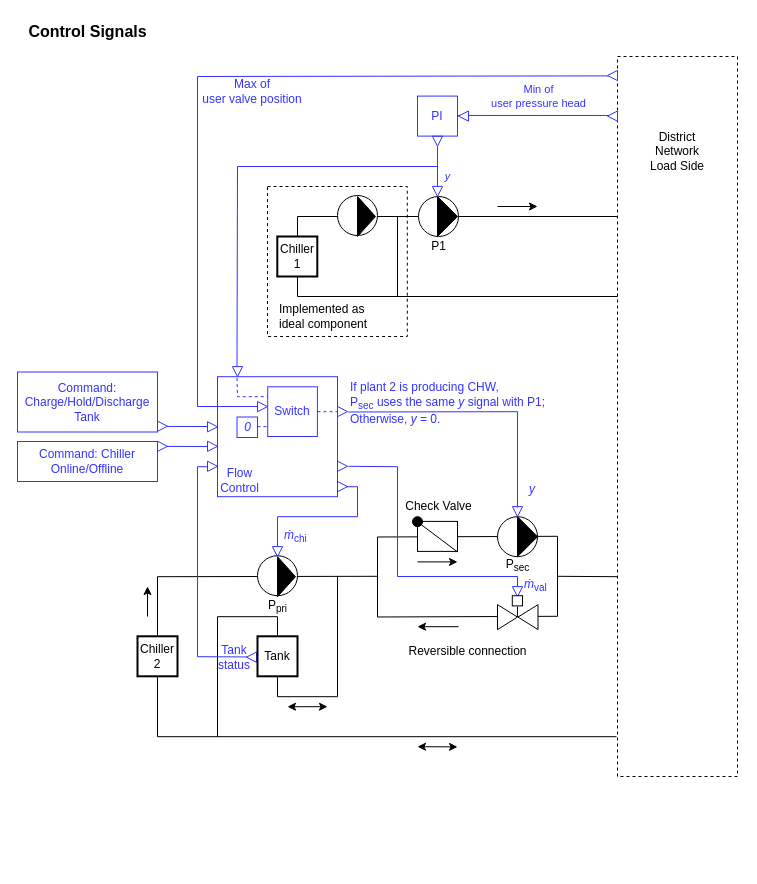
Before: Buildings/Resources/Images/Fluid/Storage/Plant/ControlSignals.drawio in lbl-srg/modelica-buildings, a draw.io diagram. Source tidied: cells renumbered, new cells numbered last; positions are measured from the earlier drawing's top-left corner, leaving out a move shared by most shapes. Both pictures are drawn from the tidied source at 100%, with x=0, y=0 at pixel (17, 16).
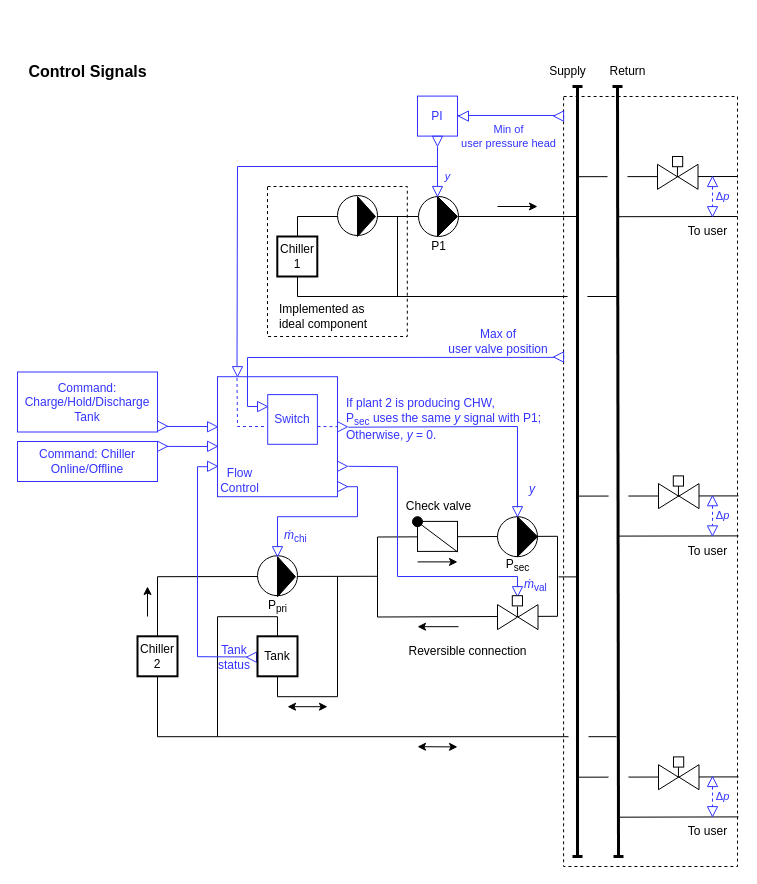
The same page after the edit.

Unchanged cells that the change refers to:
```xml
<mxCell id="31" style="triangle;whiteSpace=wrap;html=1;fillColor=none;rotation=-180;strokeColor=#3333FF;fontColor=#3333FF;" parent="1" vertex="1">
  <mxGeometry x="441" y="94.5" width="10" height="10.2" as="geometry" />
</mxCell>
<mxCell id="40" style="triangle;whiteSpace=wrap;html=1;fillColor=none;rotation=0;strokeColor=#3333FF;fontColor=#3333FF;" parent="1" vertex="1">
  <mxGeometry x="240" y="385" width="10" height="10.2" as="geometry" />
</mxCell>
<mxCell id="52" style="triangle;whiteSpace=wrap;html=1;fillColor=none;rotation=90;strokeColor=#3333FF;fontColor=#3333FF;" parent="1" vertex="1">
  <mxGeometry x="495" y="490" width="10" height="10.2" as="geometry" />
</mxCell>
<mxCell id="59" style="triangle;whiteSpace=wrap;html=1;fillColor=none;rotation=90;strokeColor=#3333FF;fontColor=#3333FF;" parent="1" vertex="1">
  <mxGeometry x="215" y="350" width="10" height="10.2" as="geometry" />
</mxCell>
```

Diff of the diagram source:
```diff
@@
-    <mxCell id="11" style="endArrow=none;html=1;rounded=0;" parent="1" edge="1">
-      <mxGeometry relative="1" as="geometry">
-        <mxPoint x="600" y="560.2" as="sourcePoint" />
-        <mxPoint x="540" y="559.8" as="targetPoint" />
-      </mxGeometry>
-    </mxCell>
@@
     <mxCell id="17" style="endArrow=none;html=1;rounded=0;" parent="1" edge="1">
       <mxGeometry relative="1" as="geometry">
-        <mxPoint x="600" y="200" as="sourcePoint" />
+        <mxPoint x="560" y="200" as="sourcePoint" />
         <mxPoint x="600" y="280" as="targetPoint" />
         <Array as="points">
           <mxPoint x="280" y="200" />
           <mxPoint x="280" y="280" />
         </Array>
       </mxGeometry>
     </mxCell>
@@
     <mxCell id="26" style="rounded=0;whiteSpace=wrap;html=1;fillColor=none;dashed=1;" parent="1" vertex="1">
-      <mxGeometry x="600" y="40" width="120" height="720" as="geometry" />
+      <mxGeometry x="546.1" y="80" width="173.9" height="770" as="geometry" />
     </mxCell>
-    <mxCell id="27" value="District&lt;br&gt;Network&lt;br&gt;Load Side" style="text;html=1;strokeColor=none;fillColor=none;align=center;verticalAlign=middle;whiteSpace=wrap;rounded=0;dashed=1;" parent="1" vertex="1">
-      <mxGeometry x="610" y="120" width="100" height="30" as="geometry" />
-    </mxCell>
     <mxCell id="28" style="triangle;whiteSpace=wrap;html=1;fillColor=none;rotation=-180;strokeColor=#3333FF;" parent="1" vertex="1">
-      <mxGeometry x="590" y="94.5" width="10" height="10.2" as="geometry" />
+      <mxGeometry x="536.1" y="94.5" width="10" height="10.2" as="geometry" />
     </mxCell>
@@
     <mxCell id="30" value="Min of&lt;br&gt;user pressure head" style="endArrow=none;html=1;rounded=0;entryX=0.85;entryY=0.561;entryDx=0;entryDy=0;entryPerimeter=0;exitX=0.05;exitY=0.561;exitDx=0;exitDy=0;exitPerimeter=0;startArrow=none;strokeColor=#3333FF;fontColor=#3333FF;" parent="1" edge="1" source="31" target="28">
-      <mxGeometry x="-0.01" y="19" relative="1" as="geometry" />
+      <mxGeometry x="-0.09" y="-21" relative="1" as="geometry" />
     </mxCell>
@@
     <mxCell id="41" style="triangle;whiteSpace=wrap;html=1;fillColor=none;rotation=0;strokeColor=#3333FF;fontColor=#3333FF;" parent="1" vertex="1">
-      <mxGeometry x="320" y="390" width="10" height="10.2" as="geometry" />
+      <mxGeometry x="320" y="405.2" width="10" height="10.2" as="geometry" />
     </mxCell>
@@
     <mxCell id="48" value="Max of&lt;br&gt;user valve position" style="text;html=1;strokeColor=none;fillColor=none;align=center;verticalAlign=middle;whiteSpace=wrap;rounded=0;fontColor=#3333FF;" parent="1" vertex="1">
-      <mxGeometry x="180" y="59.8" width="110" height="30" as="geometry" />
+      <mxGeometry x="426.1" y="310" width="110" height="30" as="geometry" />
     </mxCell>
@@
     <mxCell id="50" style="triangle;whiteSpace=wrap;html=1;fillColor=none;rotation=-180;strokeColor=#3333FF;" parent="1" vertex="1">
-      <mxGeometry x="590" y="53.9" width="10" height="10.2" as="geometry" />
+      <mxGeometry x="536.1" y="335.4" width="10" height="10.2" as="geometry" />
     </mxCell>
     <mxCell id="51" style="endArrow=none;html=1;rounded=0;strokeColor=#3333FF;fontColor=#3333FF;entryX=0.9;entryY=0.463;entryDx=0;entryDy=0;entryPerimeter=0;exitX=0;exitY=0.488;exitDx=0;exitDy=0;exitPerimeter=0;" parent="1" edge="1" source="40" target="50">
       <mxGeometry relative="1" as="geometry">
         <Array as="points">
-          <mxPoint x="180" y="390" />
-          <mxPoint x="180" y="60" />
+          <mxPoint x="230" y="390" />
+          <mxPoint x="230" y="341" />
         </Array>
       </mxGeometry>
     </mxCell>
@@
     <mxCell id="53" style="endArrow=none;html=1;rounded=0;strokeColor=#3333FF;fontColor=#3333FF;exitX=0.078;exitY=0.5;exitDx=0;exitDy=0;exitPerimeter=0;entryX=1.075;entryY=0.538;entryDx=0;entryDy=0;entryPerimeter=0;" parent="1" edge="1" source="52" target="41">
       <mxGeometry relative="1" as="geometry">
         <Array as="points">
-          <mxPoint x="500" y="395.2" />
+          <mxPoint x="500" y="410" />
         </Array>
       </mxGeometry>
     </mxCell>
@@
     <mxCell id="58" value="&lt;b&gt;&lt;font style=&quot;font-size: 16px&quot;&gt;Control Signals&lt;/font&gt;&lt;/b&gt;" style="text;html=1;align=center;verticalAlign=middle;strokeColor=none;fillColor=none;strokeWidth=1;" parent="1" vertex="1">
-      <mxGeometry y="0.2" width="140" height="30" as="geometry" />
+      <mxGeometry y="40" width="140" height="30" as="geometry" />
     </mxCell>
@@
     <mxCell id="69" value="If plant 2 is producing CHW,&lt;br&gt;P&lt;sub&gt;sec&lt;/sub&gt;&amp;nbsp;uses&amp;nbsp;the same &lt;i&gt;y&lt;/i&gt; signal with P1;&lt;br&gt;Otherwise, &lt;i&gt;y&lt;/i&gt; = 0." style="text;html=1;strokeColor=none;fillColor=none;align=left;verticalAlign=middle;whiteSpace=wrap;rounded=0;fontColor=#3333FF;" parent="1" vertex="1">
-      <mxGeometry x="331.2" y="361.6" width="198.8" height="49.8" as="geometry" />
+      <mxGeometry x="327.2" y="378.1" width="198.8" height="49.8" as="geometry" />
     </mxCell>
@@
-    <mxCell id="74" value="Check Valve" style="text;html=1;align=center;verticalAlign=middle;strokeColor=none;fillColor=none;" parent="1" vertex="1">
+    <mxCell id="74" value="Check valve" style="text;html=1;align=center;verticalAlign=middle;strokeColor=none;fillColor=none;" parent="1" vertex="1">
       <mxGeometry x="376" y="475.2" width="90" height="30" as="geometry" />
     </mxCell>
@@
     <mxCell id="79" value="&lt;font style=&quot;font-size: 12px;&quot;&gt;Switch&lt;/font&gt;" style="whiteSpace=wrap;html=1;fillColor=none;strokeColor=#3333FF;fontColor=#3333FF;" parent="1" vertex="1">
-      <mxGeometry x="250.2" y="370.3" width="49.7" height="49.7" as="geometry" />
+      <mxGeometry x="250.2" y="378.1" width="49.7" height="49.7" as="geometry" />
     </mxCell>
     <mxCell id="80" style="endArrow=none;html=1;rounded=0;strokeColor=#3333FF;fontColor=#3333FF;dashed=1;exitX=1.138;exitY=0.549;exitDx=0;exitDy=0;exitPerimeter=0;" parent="1" edge="1" source="59">
       <mxGeometry relative="1" as="geometry">
-        <mxPoint x="250" y="380.2" as="targetPoint" />
+        <mxPoint x="250" y="410" as="targetPoint" />
         <Array as="points">
-          <mxPoint x="220" y="380.2" />
+          <mxPoint x="220" y="410" />
         </Array>
       </mxGeometry>
     </mxCell>
-    <mxCell id="81" value="&lt;i&gt;0&lt;/i&gt;" style="whiteSpace=wrap;html=1;fillColor=none;strokeColor=#3333FF;fontColor=#3333FF;" parent="1" vertex="1">
-      <mxGeometry x="219.5" y="400.5" width="20.5" height="20.5" as="geometry" />
-    </mxCell>
-    <mxCell id="82" style="endArrow=none;html=1;rounded=0;strokeColor=#3333FF;dashed=1;" parent="1" edge="1">
-      <mxGeometry relative="1" as="geometry">
-        <mxPoint x="300" y="395.2" as="sourcePoint" />
-        <mxPoint x="320" y="395.2" as="targetPoint" />
-      </mxGeometry>
-    </mxCell>
-    <mxCell id="83" style="endArrow=none;html=1;rounded=0;strokeColor=#3333FF;dashed=1;" parent="1" edge="1">
-      <mxGeometry relative="1" as="geometry">
-        <mxPoint x="240" y="410.2" as="sourcePoint" />
-        <mxPoint x="250" y="410.2" as="targetPoint" />
-      </mxGeometry>
-    </mxCell>
@@
+    <mxCell id="90" style="endArrow=none;html=1;rounded=0;" parent="1" edge="1">
+      <mxGeometry relative="1" as="geometry">
+        <mxPoint x="561" y="560.4" as="sourcePoint" />
+        <mxPoint x="541" y="560.4" as="targetPoint" />
+      </mxGeometry>
+    </mxCell>
+    <mxCell id="91" style="ellipse;whiteSpace=wrap;html=1;strokeColor=none;" parent="1" vertex="1">
+      <mxGeometry x="550" y="269.4" width="20" height="20" as="geometry" />
+    </mxCell>
+    <mxCell id="92" style="ellipse;whiteSpace=wrap;html=1;strokeColor=none;" parent="1" vertex="1">
+      <mxGeometry x="551" y="710" width="20" height="20" as="geometry" />
+    </mxCell>
+    <mxCell id="93" style="endArrow=baseDash;html=1;rounded=0;strokeWidth=3;startArrow=baseDash;startFill=0;endFill=0;" parent="1" edge="1">
+      <mxGeometry relative="1" as="geometry">
+        <mxPoint x="560" y="840" as="sourcePoint" />
+        <mxPoint x="560" y="70" as="targetPoint" />
+      </mxGeometry>
+    </mxCell>
+    <mxCell id="94" style="endArrow=none;html=1;rounded=0;" parent="1" edge="1">
+      <mxGeometry relative="1" as="geometry">
+        <mxPoint x="720" y="160" as="sourcePoint" />
+        <mxPoint x="560" y="160.2" as="targetPoint" />
+      </mxGeometry>
+    </mxCell>
+    <mxCell id="95" style="endArrow=none;html=1;rounded=0;" parent="1" edge="1">
+      <mxGeometry relative="1" as="geometry">
+        <mxPoint x="720" y="200" as="sourcePoint" />
+        <mxPoint x="600" y="200.2" as="targetPoint" />
+      </mxGeometry>
+    </mxCell>
+    <mxCell id="96" style="ellipse;whiteSpace=wrap;html=1;strokeColor=none;" parent="1" vertex="1">
+      <mxGeometry x="590" y="150.2" width="20" height="20" as="geometry" />
+    </mxCell>
+    <mxCell id="97" value="Supply" style="text;html=1;align=center;verticalAlign=middle;strokeColor=none;fillColor=none;" parent="1" vertex="1">
+      <mxGeometry x="520" y="40" width="60" height="30" as="geometry" />
+    </mxCell>
+    <mxCell id="98" value="Return" style="text;html=1;align=center;verticalAlign=middle;strokeColor=none;fillColor=none;" parent="1" vertex="1">
+      <mxGeometry x="580" y="40" width="60" height="30" as="geometry" />
+    </mxCell>
+    <mxCell id="99" style="triangle;whiteSpace=wrap;html=1;fontSize=16;strokeWidth=1;rotation=0;" parent="1" vertex="1">
+      <mxGeometry x="640" y="147.8" width="20" height="25" as="geometry" />
+    </mxCell>
+    <mxCell id="100" style="triangle;whiteSpace=wrap;html=1;fontSize=16;strokeWidth=1;rotation=-180;" parent="1" vertex="1">
+      <mxGeometry x="660.5" y="147.8" width="20" height="25" as="geometry" />
+    </mxCell>
+    <mxCell id="101" style="endArrow=none;html=1;rounded=0;entryX=0.993;entryY=0.507;entryDx=0;entryDy=0;entryPerimeter=0;" parent="1" edge="1" target="99">
+      <mxGeometry relative="1" as="geometry">
+        <mxPoint x="660" y="150" as="sourcePoint" />
+      </mxGeometry>
+    </mxCell>
+    <mxCell id="102" style="endArrow=none;html=1;rounded=0;" parent="1" edge="1">
+      <mxGeometry relative="1" as="geometry">
+        <mxPoint x="721" y="479.4" as="sourcePoint" />
+        <mxPoint x="561" y="479.6" as="targetPoint" />
+      </mxGeometry>
+    </mxCell>
+    <mxCell id="103" style="endArrow=none;html=1;rounded=0;" parent="1" edge="1">
+      <mxGeometry relative="1" as="geometry">
+        <mxPoint x="721" y="519.4" as="sourcePoint" />
+        <mxPoint x="601" y="519.6" as="targetPoint" />
+      </mxGeometry>
+    </mxCell>
+    <mxCell id="104" style="ellipse;whiteSpace=wrap;html=1;strokeColor=none;" parent="1" vertex="1">
+      <mxGeometry x="591" y="469.6" width="20" height="20" as="geometry" />
+    </mxCell>
+    <mxCell id="105" style="triangle;whiteSpace=wrap;html=1;fontSize=16;strokeWidth=1;rotation=0;" parent="1" vertex="1">
+      <mxGeometry x="641" y="467.1" width="20" height="25" as="geometry" />
+    </mxCell>
+    <mxCell id="106" style="triangle;whiteSpace=wrap;html=1;fontSize=16;strokeWidth=1;rotation=-180;" parent="1" vertex="1">
+      <mxGeometry x="661.5" y="467.1" width="20" height="25" as="geometry" />
+    </mxCell>
+    <mxCell id="107" style="endArrow=none;html=1;rounded=0;entryX=0.993;entryY=0.507;entryDx=0;entryDy=0;entryPerimeter=0;" parent="1" edge="1" target="105">
+      <mxGeometry relative="1" as="geometry">
+        <mxPoint x="661" y="469.4" as="sourcePoint" />
+      </mxGeometry>
+    </mxCell>
+    <mxCell id="108" style="endArrow=none;html=1;rounded=0;" parent="1" edge="1">
+      <mxGeometry relative="1" as="geometry">
+        <mxPoint x="721" y="760.4" as="sourcePoint" />
+        <mxPoint x="561" y="760.7" as="targetPoint" />
+      </mxGeometry>
+    </mxCell>
+    <mxCell id="109" style="endArrow=none;html=1;rounded=0;" parent="1" edge="1">
+      <mxGeometry relative="1" as="geometry">
+        <mxPoint x="721" y="800.4" as="sourcePoint" />
+        <mxPoint x="601" y="800.7" as="targetPoint" />
+      </mxGeometry>
+    </mxCell>
+    <mxCell id="110" style="ellipse;whiteSpace=wrap;html=1;strokeColor=none;" parent="1" vertex="1">
+      <mxGeometry x="591" y="750.7" width="20" height="20" as="geometry" />
+    </mxCell>
+    <mxCell id="111" style="triangle;whiteSpace=wrap;html=1;fontSize=16;strokeWidth=1;rotation=0;" parent="1" vertex="1">
+      <mxGeometry x="641" y="748.2" width="20" height="25" as="geometry" />
+    </mxCell>
+    <mxCell id="112" style="triangle;whiteSpace=wrap;html=1;fontSize=16;strokeWidth=1;rotation=-180;" parent="1" vertex="1">
+      <mxGeometry x="661.5" y="748.2" width="20" height="25" as="geometry" />
+    </mxCell>
+    <mxCell id="113" style="endArrow=none;html=1;rounded=0;entryX=0.993;entryY=0.507;entryDx=0;entryDy=0;entryPerimeter=0;" parent="1" edge="1" target="111">
+      <mxGeometry relative="1" as="geometry">
+        <mxPoint x="661" y="750.4" as="sourcePoint" />
+      </mxGeometry>
+    </mxCell>
+    <mxCell id="114" style="endArrow=baseDash;html=1;rounded=0;strokeWidth=3;startArrow=baseDash;startFill=0;endFill=0;" parent="1" edge="1">
+      <mxGeometry relative="1" as="geometry">
+        <mxPoint x="601" y="840" as="sourcePoint" />
+        <mxPoint x="600" y="70" as="targetPoint" />
+      </mxGeometry>
+    </mxCell>
+    <mxCell id="115" style="whiteSpace=wrap;html=1;" parent="1" vertex="1">
+      <mxGeometry x="655.8" y="459.4" width="10.2" height="10.2" as="geometry" />
+    </mxCell>
+    <mxCell id="116" style="whiteSpace=wrap;html=1;" parent="1" vertex="1">
+      <mxGeometry x="655" y="140" width="10.2" height="10.2" as="geometry" />
+    </mxCell>
+    <mxCell id="117" style="whiteSpace=wrap;html=1;" parent="1" vertex="1">
+      <mxGeometry x="656" y="740.4" width="10.2" height="10.2" as="geometry" />
+    </mxCell>
+    <mxCell id="118" style="endArrow=none;dashed=1;html=1;rounded=0;entryX=-0.025;entryY=0.488;entryDx=0;entryDy=0;entryPerimeter=0;strokeColor=#3333FF;" parent="1" edge="1" target="41">
+      <mxGeometry relative="1" as="geometry">
+        <mxPoint x="300" y="410" as="sourcePoint" />
+      </mxGeometry>
+    </mxCell>
+    <mxCell id="119" value="&lt;font color=&quot;#3333ff&quot;&gt;Δ&lt;i&gt;p&lt;/i&gt;&lt;/font&gt;" style="endArrow=none;dashed=1;html=1;rounded=0;strokeColor=#3333FF;" parent="1" edge="1" source="120">
+      <mxGeometry x="-0.01" y="10" relative="1" as="geometry">
+        <mxPoint x="695" y="190" as="targetPoint" />
+      </mxGeometry>
+    </mxCell>
+    <mxCell id="120" style="triangle;whiteSpace=wrap;html=1;fillColor=none;rotation=-90;strokeColor=#3333FF;fontColor=#3333FF;" parent="1" vertex="1">
+      <mxGeometry x="690" y="160" width="10" height="10.2" as="geometry" />
+    </mxCell>
+    <mxCell id="121" style="triangle;whiteSpace=wrap;html=1;fillColor=none;rotation=90;strokeColor=#3333FF;fontColor=#3333FF;" parent="1" vertex="1">
+      <mxGeometry x="690" y="190" width="10" height="10.2" as="geometry" />
+    </mxCell>
+    <mxCell id="122" value="&lt;font color=&quot;#3333ff&quot;&gt;Δ&lt;i&gt;p&lt;/i&gt;&lt;/font&gt;" style="endArrow=none;dashed=1;html=1;rounded=0;strokeColor=#3333FF;" parent="1" edge="1" source="123">
+      <mxGeometry x="-0.01" y="10" relative="1" as="geometry">
+        <mxPoint x="695" y="509.2" as="targetPoint" />
+      </mxGeometry>
+    </mxCell>
+    <mxCell id="123" style="triangle;whiteSpace=wrap;html=1;fillColor=none;rotation=-90;strokeColor=#3333FF;fontColor=#3333FF;" parent="1" vertex="1">
+      <mxGeometry x="690" y="479.2" width="10" height="10.2" as="geometry" />
+    </mxCell>
+    <mxCell id="124" style="triangle;whiteSpace=wrap;html=1;fillColor=none;rotation=90;strokeColor=#3333FF;fontColor=#3333FF;" parent="1" vertex="1">
+      <mxGeometry x="690" y="509.2" width="10" height="10.2" as="geometry" />
+    </mxCell>
+    <mxCell id="125" value="&lt;font color=&quot;#3333ff&quot;&gt;Δ&lt;i&gt;p&lt;/i&gt;&lt;/font&gt;" style="endArrow=none;dashed=1;html=1;rounded=0;strokeColor=#3333FF;" parent="1" edge="1" source="126">
+      <mxGeometry x="-0.01" y="10" relative="1" as="geometry">
+        <mxPoint x="695" y="790" as="targetPoint" />
+      </mxGeometry>
+    </mxCell>
+    <mxCell id="126" style="triangle;whiteSpace=wrap;html=1;fillColor=none;rotation=-90;strokeColor=#3333FF;fontColor=#3333FF;" parent="1" vertex="1">
+      <mxGeometry x="690" y="760" width="10" height="10.2" as="geometry" />
+    </mxCell>
+    <mxCell id="127" style="triangle;whiteSpace=wrap;html=1;fillColor=none;rotation=90;strokeColor=#3333FF;fontColor=#3333FF;" parent="1" vertex="1">
+      <mxGeometry x="690" y="790" width="10" height="10.2" as="geometry" />
+    </mxCell>
+    <mxCell id="128" value="To user" style="text;html=1;align=center;verticalAlign=middle;strokeColor=none;fillColor=none;" parent="1" vertex="1">
+      <mxGeometry x="660" y="200.2" width="60" height="30" as="geometry" />
+    </mxCell>
+    <mxCell id="129" value="To user" style="text;html=1;align=center;verticalAlign=middle;strokeColor=none;fillColor=none;" parent="1" vertex="1">
+      <mxGeometry x="660" y="519.5" width="60" height="30" as="geometry" />
+    </mxCell>
+    <mxCell id="130" value="To user" style="text;html=1;align=center;verticalAlign=middle;strokeColor=none;fillColor=none;" parent="1" vertex="1">
+      <mxGeometry x="660" y="800.2" width="60" height="30" as="geometry" />
+    </mxCell>
```
